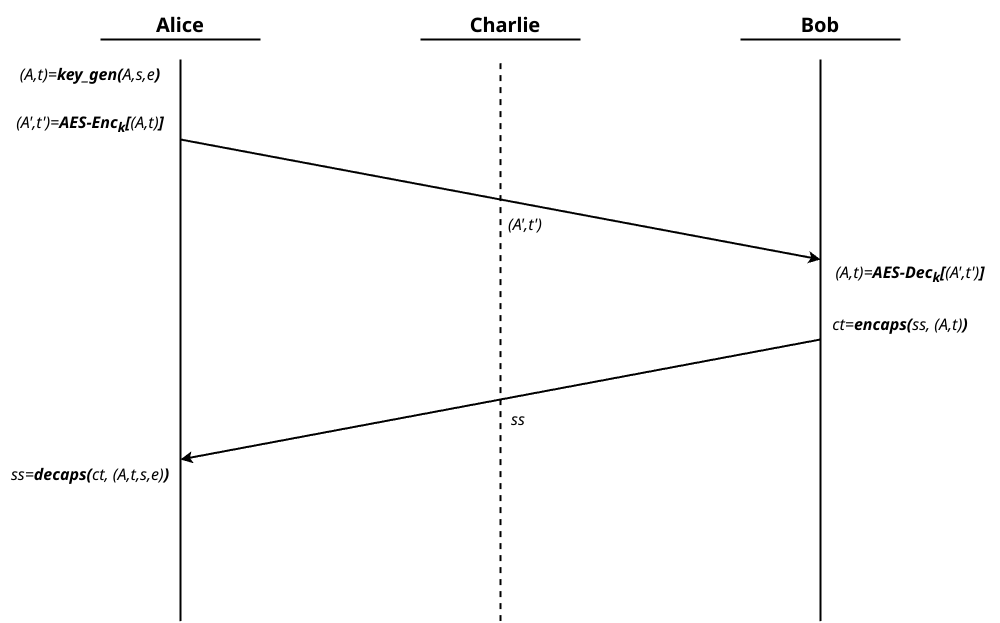
This is docs/specifications/kappa_offline_attack.png from vibhav950/zerotunnel, a draw.io export, as it was before one commit. Source tidied: cells renumbered, new cells last; positions are measured from the earlier drawing's top-left corner, leaving out a move shared by most shapes. Its diagram source:
```xml
<mxGraphModel>
  <root>
    <mxCell id="0" />
    <mxCell id="1" parent="0" />
    <mxCell id="2" style="endArrow=none;html=1;rounded=0;strokeWidth=2;" parent="1" edge="1">
      <mxGeometry relative="1" as="geometry">
        <mxPoint x="180" y="611.6" as="sourcePoint" />
        <mxPoint x="180" y="50" as="targetPoint" />
      </mxGeometry>
    </mxCell>
    <mxCell id="3" style="endArrow=none;html=1;rounded=0;strokeWidth=2;" parent="1" edge="1">
      <mxGeometry relative="1" as="geometry">
        <mxPoint x="820" y="611.6" as="sourcePoint" />
        <mxPoint x="820" y="50" as="targetPoint" />
      </mxGeometry>
    </mxCell>
    <mxCell id="4" style="endArrow=none;html=1;rounded=0;strokeWidth=2;dashed=1;" parent="1" edge="1">
      <mxGeometry relative="1" as="geometry">
        <mxPoint x="500" y="611.6" as="sourcePoint" />
        <mxPoint x="500" y="50" as="targetPoint" />
      </mxGeometry>
    </mxCell>
    <mxCell id="5" style="endArrow=none;html=1;rounded=0;strokeWidth=2;" parent="1" edge="1">
      <mxGeometry relative="1" as="geometry">
        <mxPoint x="100" y="30" as="sourcePoint" />
        <mxPoint x="260" y="30" as="targetPoint" />
      </mxGeometry>
    </mxCell>
    <mxCell id="6" style="endArrow=none;html=1;rounded=0;strokeWidth=2;" parent="1" edge="1">
      <mxGeometry relative="1" as="geometry">
        <mxPoint x="420" y="30" as="sourcePoint" />
        <mxPoint x="580" y="30" as="targetPoint" />
      </mxGeometry>
    </mxCell>
    <mxCell id="7" style="endArrow=none;html=1;rounded=0;strokeWidth=2;" parent="1" edge="1">
      <mxGeometry relative="1" as="geometry">
        <mxPoint x="740" y="30" as="sourcePoint" />
        <mxPoint x="900" y="30" as="targetPoint" />
      </mxGeometry>
    </mxCell>
    <mxCell id="8" value="&lt;p&gt;&lt;font style=&quot;font-size: 20px;&quot; face=&quot;Verdana&quot;&gt;&lt;b&gt;Alice&lt;/b&gt;&lt;/font&gt;&lt;/p&gt;" style="text;html=1;align=center;verticalAlign=middle;whiteSpace=wrap;rounded=0;" parent="1" vertex="1">
      <mxGeometry x="150" width="60" height="30" as="geometry" />
    </mxCell>
    <mxCell id="9" value="&lt;p&gt;&lt;font style=&quot;font-size: 20px;&quot; face=&quot;Verdana&quot;&gt;&lt;b&gt;Bob&lt;/b&gt;&lt;/font&gt;&lt;/p&gt;" style="text;html=1;align=center;verticalAlign=middle;whiteSpace=wrap;rounded=0;" parent="1" vertex="1">
      <mxGeometry x="790" width="60" height="30" as="geometry" />
    </mxCell>
    <mxCell id="10" value="&lt;p&gt;&lt;font style=&quot;font-size: 20px;&quot; face=&quot;Verdana&quot;&gt;&lt;b&gt;Charlie&lt;/b&gt;&lt;/font&gt;&lt;/p&gt;" style="text;html=1;align=center;verticalAlign=middle;whiteSpace=wrap;rounded=0;" parent="1" vertex="1">
      <mxGeometry x="460" width="90" height="30" as="geometry" />
    </mxCell>
    <mxCell id="11" style="endArrow=classic;html=1;rounded=0;strokeWidth=2;" parent="1" edge="1">
      <mxGeometry relative="1" as="geometry">
        <mxPoint x="180" y="130" as="sourcePoint" />
        <mxPoint x="820" y="250" as="targetPoint" />
      </mxGeometry>
    </mxCell>
    <mxCell id="12" style="endArrow=classic;html=1;rounded=0;strokeWidth=2;" parent="1" edge="1">
      <mxGeometry relative="1" as="geometry">
        <mxPoint x="820" y="330" as="sourcePoint" />
        <mxPoint x="180" y="450" as="targetPoint" />
      </mxGeometry>
    </mxCell>
    <mxCell id="13" value="&lt;pre&gt;&lt;font face=&quot;Courier New&quot; style=&quot;font-size: 16px;&quot;&gt;&lt;i&gt;(A,t)=&lt;b&gt;key_gen(&lt;/b&gt;A,s,e&lt;b&gt;)&lt;/b&gt;&lt;/i&gt;&lt;/font&gt;&lt;/pre&gt;" style="text;html=1;align=center;verticalAlign=middle;whiteSpace=wrap;rounded=0;" parent="1" vertex="1">
      <mxGeometry y="50" width="180" height="30" as="geometry" />
    </mxCell>
    <mxCell id="14" value="&lt;pre&gt;&lt;font face=&quot;Courier New&quot; style=&quot;font-size: 16px;&quot;&gt;&lt;i&gt;(A',t')=&lt;b&gt;AES-Enc&lt;sub&gt;k&lt;/sub&gt;[&lt;/b&gt;(A,t)&lt;b&gt;]&lt;/b&gt;&lt;/i&gt;&lt;/font&gt;&lt;/pre&gt;" style="text;html=1;align=center;verticalAlign=middle;whiteSpace=wrap;rounded=0;" parent="1" vertex="1">
      <mxGeometry y="100" width="180" height="30" as="geometry" />
    </mxCell>
    <mxCell id="15" value="&lt;pre&gt;&lt;font face=&quot;Courier New&quot; style=&quot;font-size: 16px;&quot;&gt;&lt;i&gt;(A,t)=&lt;b&gt;AES-Dec&lt;sub&gt;k&lt;/sub&gt;[&lt;/b&gt;(A',t')&lt;b&gt;]&lt;/b&gt;&lt;/i&gt;&lt;/font&gt;&lt;/pre&gt;" style="text;html=1;align=center;verticalAlign=middle;whiteSpace=wrap;rounded=0;" parent="1" vertex="1">
      <mxGeometry x="820" y="250" width="180" height="30" as="geometry" />
    </mxCell>
    <mxCell id="16" value="&lt;pre&gt;&lt;font face=&quot;Courier New&quot;&gt;&lt;span style=&quot;font-size: 16px;&quot;&gt;&lt;i&gt;ct=&lt;b&gt;encaps(&lt;/b&gt;ss, (A,t)&lt;b&gt;)&lt;/b&gt;&lt;/i&gt;&lt;/span&gt;&lt;/font&gt;&lt;/pre&gt;" style="text;html=1;align=center;verticalAlign=middle;whiteSpace=wrap;rounded=0;" parent="1" vertex="1">
      <mxGeometry x="810" y="300" width="180" height="30" as="geometry" />
    </mxCell>
    <mxCell id="17" value="&lt;pre&gt;&lt;font face=&quot;Courier New&quot;&gt;&lt;span style=&quot;font-size: 16px;&quot;&gt;&lt;i&gt;ss=&lt;b&gt;decaps(&lt;/b&gt;ct, (A,t,s,e)&lt;b&gt;)&lt;/b&gt;&lt;/i&gt;&lt;/span&gt;&lt;/font&gt;&lt;/pre&gt;" style="text;html=1;align=center;verticalAlign=middle;whiteSpace=wrap;rounded=0;" parent="1" vertex="1">
      <mxGeometry y="450" width="180" height="30" as="geometry" />
    </mxCell>
    <mxCell id="18" value="&lt;pre&gt;&lt;font face=&quot;Courier New&quot; style=&quot;font-size: 16px;&quot;&gt;&lt;i&gt;(A',t')&lt;/i&gt;&lt;/font&gt;&lt;/pre&gt;" style="text;html=1;align=center;verticalAlign=middle;whiteSpace=wrap;rounded=0;" parent="1" vertex="1">
      <mxGeometry x="500" y="200" width="50" height="30" as="geometry" />
    </mxCell>
    <mxCell id="19" value="&lt;pre&gt;&lt;font face=&quot;Courier New&quot;&gt;&lt;span style=&quot;font-size: 16px;&quot;&gt;&lt;i&gt;ss&lt;/i&gt;&lt;/span&gt;&lt;/font&gt;&lt;/pre&gt;" style="text;html=1;align=center;verticalAlign=middle;whiteSpace=wrap;rounded=0;" parent="1" vertex="1">
      <mxGeometry x="493" y="395" width="50" height="30" as="geometry" />
    </mxCell>
  </root>
</mxGraphModel>
```
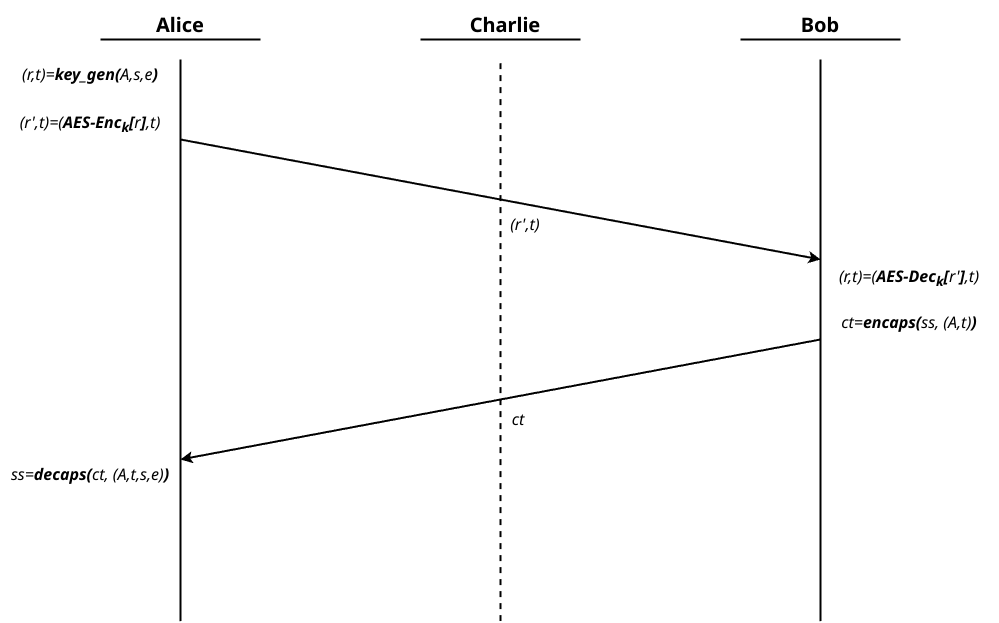
Above is the later version.

What changed in the source:
```diff
@@ -59,25 +59,25 @@
         <mxPoint x="180" y="450" as="targetPoint" />
       </mxGeometry>
     </mxCell>
-    <mxCell id="13" value="&lt;pre&gt;&lt;font face=&quot;Courier New&quot; style=&quot;font-size: 16px;&quot;&gt;&lt;i&gt;(A,t)=&lt;b&gt;key_gen(&lt;/b&gt;A,s,e&lt;b&gt;)&lt;/b&gt;&lt;/i&gt;&lt;/font&gt;&lt;/pre&gt;" style="text;html=1;align=center;verticalAlign=middle;whiteSpace=wrap;rounded=0;" parent="1" vertex="1">
+    <mxCell id="13" value="&lt;pre&gt;&lt;font style=&quot;&quot;&gt;&lt;i style=&quot;font-family: &amp;quot;Courier New&amp;quot;; font-size: 16px;&quot;&gt;(r&lt;/i&gt;&lt;/font&gt;&lt;i style=&quot;font-size: 16px; font-family: &amp;quot;Courier New&amp;quot;; background-color: transparent; color: light-dark(rgb(0, 0, 0), rgb(255, 255, 255)); white-space: normal;&quot;&gt;,t)=&lt;b&gt;key_gen(&lt;/b&gt;A,s,e&lt;b&gt;)&lt;/b&gt;&lt;/i&gt;&lt;/pre&gt;" style="text;html=1;align=center;verticalAlign=middle;whiteSpace=wrap;rounded=0;" parent="1" vertex="1">
       <mxGeometry y="50" width="180" height="30" as="geometry" />
     </mxCell>
-    <mxCell id="14" value="&lt;pre&gt;&lt;font face=&quot;Courier New&quot; style=&quot;font-size: 16px;&quot;&gt;&lt;i&gt;(A',t')=&lt;b&gt;AES-Enc&lt;sub&gt;k&lt;/sub&gt;[&lt;/b&gt;(A,t)&lt;b&gt;]&lt;/b&gt;&lt;/i&gt;&lt;/font&gt;&lt;/pre&gt;" style="text;html=1;align=center;verticalAlign=middle;whiteSpace=wrap;rounded=0;" parent="1" vertex="1">
+    <mxCell id="14" value="&lt;pre&gt;&lt;font face=&quot;Courier New&quot; style=&quot;font-size: 16px;&quot;&gt;&lt;i&gt;(r',t)=(&lt;b&gt;AES-Enc&lt;sub&gt;k&lt;/sub&gt;[&lt;/b&gt;r&lt;b&gt;]&lt;/b&gt;,t)&lt;/i&gt;&lt;/font&gt;&lt;/pre&gt;" style="text;html=1;align=center;verticalAlign=middle;whiteSpace=wrap;rounded=0;" parent="1" vertex="1">
       <mxGeometry y="100" width="180" height="30" as="geometry" />
     </mxCell>
-    <mxCell id="15" value="&lt;pre&gt;&lt;font face=&quot;Courier New&quot; style=&quot;font-size: 16px;&quot;&gt;&lt;i&gt;(A,t)=&lt;b&gt;AES-Dec&lt;sub&gt;k&lt;/sub&gt;[&lt;/b&gt;(A',t')&lt;b&gt;]&lt;/b&gt;&lt;/i&gt;&lt;/font&gt;&lt;/pre&gt;" style="text;html=1;align=center;verticalAlign=middle;whiteSpace=wrap;rounded=0;" parent="1" vertex="1">
-      <mxGeometry x="820" y="250" width="180" height="30" as="geometry" />
+    <mxCell id="15" value="&lt;pre&gt;&lt;font face=&quot;Courier New&quot; style=&quot;font-size: 16px;&quot;&gt;&lt;i&gt;(r,t)=(&lt;b&gt;AES-Dec&lt;sub&gt;k&lt;/sub&gt;[&lt;/b&gt;r'&lt;b&gt;]&lt;/b&gt;,t)&lt;/i&gt;&lt;/font&gt;&lt;/pre&gt;" style="text;html=1;align=center;verticalAlign=middle;whiteSpace=wrap;rounded=0;" parent="1" vertex="1">
+      <mxGeometry x="819" y="254" width="180" height="30" as="geometry" />
     </mxCell>
     <mxCell id="16" value="&lt;pre&gt;&lt;font face=&quot;Courier New&quot;&gt;&lt;span style=&quot;font-size: 16px;&quot;&gt;&lt;i&gt;ct=&lt;b&gt;encaps(&lt;/b&gt;ss, (A,t)&lt;b&gt;)&lt;/b&gt;&lt;/i&gt;&lt;/span&gt;&lt;/font&gt;&lt;/pre&gt;" style="text;html=1;align=center;verticalAlign=middle;whiteSpace=wrap;rounded=0;" parent="1" vertex="1">
-      <mxGeometry x="810" y="300" width="180" height="30" as="geometry" />
+      <mxGeometry x="819" y="298" width="180" height="30" as="geometry" />
     </mxCell>
     <mxCell id="17" value="&lt;pre&gt;&lt;font face=&quot;Courier New&quot;&gt;&lt;span style=&quot;font-size: 16px;&quot;&gt;&lt;i&gt;ss=&lt;b&gt;decaps(&lt;/b&gt;ct, (A,t,s,e)&lt;b&gt;)&lt;/b&gt;&lt;/i&gt;&lt;/span&gt;&lt;/font&gt;&lt;/pre&gt;" style="text;html=1;align=center;verticalAlign=middle;whiteSpace=wrap;rounded=0;" parent="1" vertex="1">
       <mxGeometry y="450" width="180" height="30" as="geometry" />
     </mxCell>
-    <mxCell id="18" value="&lt;pre&gt;&lt;font face=&quot;Courier New&quot; style=&quot;font-size: 16px;&quot;&gt;&lt;i&gt;(A',t')&lt;/i&gt;&lt;/font&gt;&lt;/pre&gt;" style="text;html=1;align=center;verticalAlign=middle;whiteSpace=wrap;rounded=0;" parent="1" vertex="1">
+    <mxCell id="18" value="&lt;pre&gt;&lt;font face=&quot;Courier New&quot; style=&quot;font-size: 16px;&quot;&gt;&lt;i&gt;(r',t)&lt;/i&gt;&lt;/font&gt;&lt;/pre&gt;" style="text;html=1;align=center;verticalAlign=middle;whiteSpace=wrap;rounded=0;" parent="1" vertex="1">
       <mxGeometry x="500" y="200" width="50" height="30" as="geometry" />
     </mxCell>
-    <mxCell id="19" value="&lt;pre&gt;&lt;font face=&quot;Courier New&quot;&gt;&lt;span style=&quot;font-size: 16px;&quot;&gt;&lt;i&gt;ss&lt;/i&gt;&lt;/span&gt;&lt;/font&gt;&lt;/pre&gt;" style="text;html=1;align=center;verticalAlign=middle;whiteSpace=wrap;rounded=0;" parent="1" vertex="1">
+    <mxCell id="19" value="&lt;pre&gt;&lt;font face=&quot;Courier New&quot;&gt;&lt;span style=&quot;font-size: 16px;&quot;&gt;&lt;i&gt;ct&lt;/i&gt;&lt;/span&gt;&lt;/font&gt;&lt;/pre&gt;" style="text;html=1;align=center;verticalAlign=middle;whiteSpace=wrap;rounded=0;" parent="1" vertex="1">
       <mxGeometry x="493" y="395" width="50" height="30" as="geometry" />
     </mxCell>
   </root>
```
